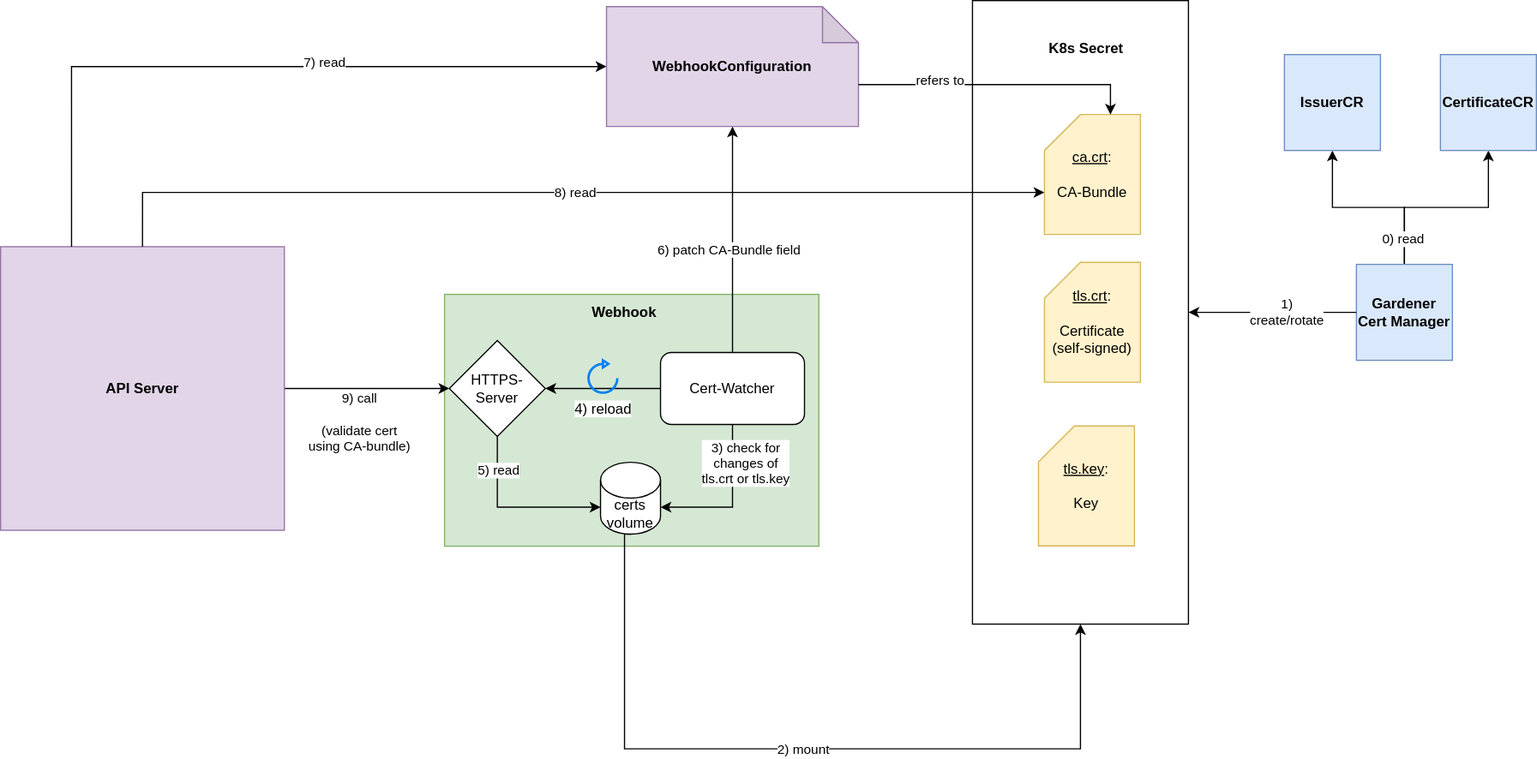
kyma-project/snatch keeps this draw.io diagram as docs/contributor/assets/architecture-webook.svg. Above is the earlier version. Source tidied: cells renumbered, new cells last; positions are measured from the earlier drawing's top-left corner, leaving out a move shared by most shapes.
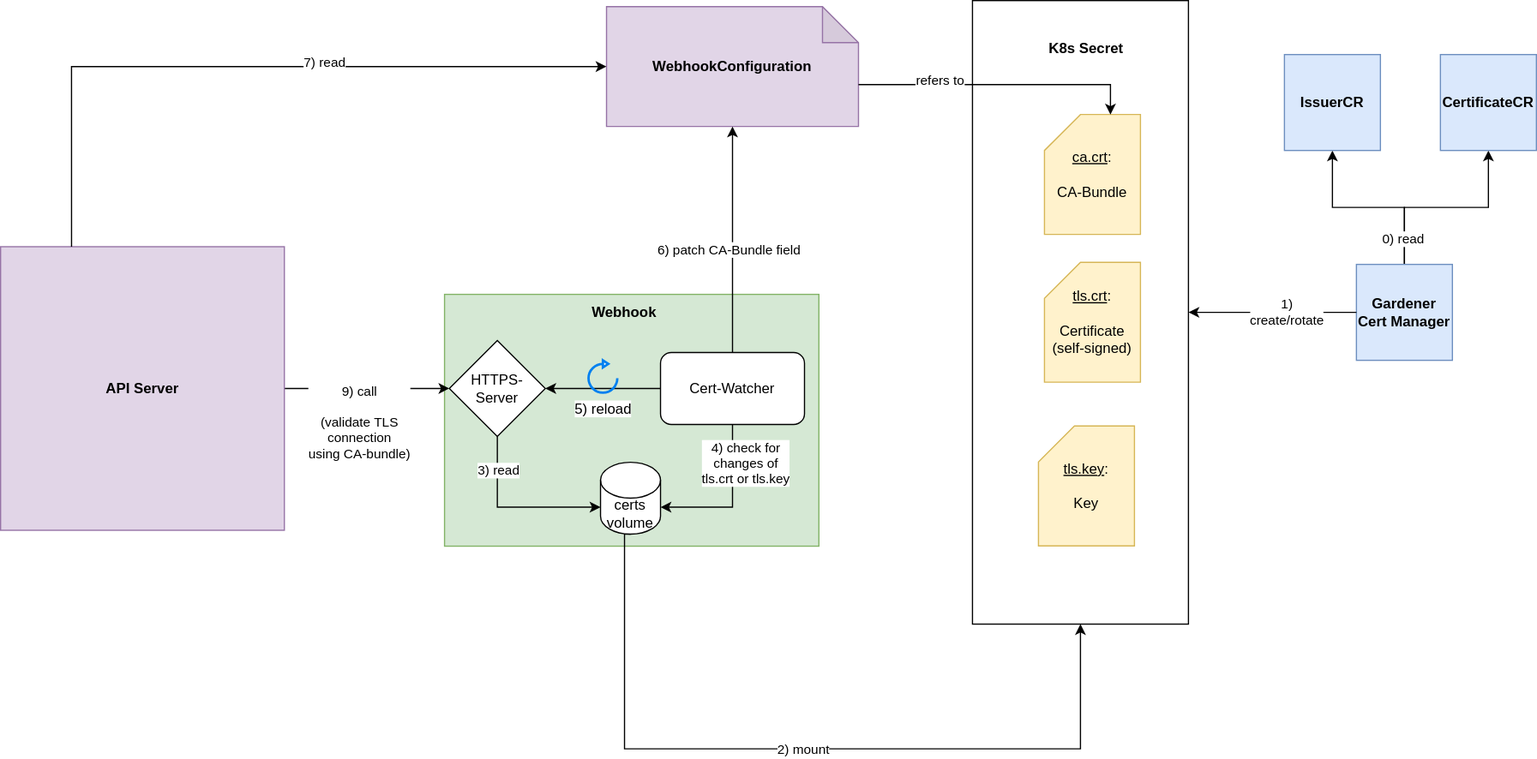
Later version of the same file.

Commit message:
Introduce feedback from TWs

Diff of the diagram source:
```diff
@@ -32,7 +32,7 @@
     <mxCell id="11" value="Webhook" style="text;html=1;align=center;verticalAlign=middle;whiteSpace=wrap;rounded=0;fontStyle=1;" parent="1" vertex="1">
       <mxGeometry x="490" y="245" width="60" height="30" as="geometry" />
     </mxCell>
-    <mxCell id="12" value="4) reload" style="html=1;verticalLabelPosition=bottom;align=center;labelBackgroundColor=#ffffff;verticalAlign=top;strokeWidth=2;strokeColor=#0080F0;shadow=0;dashed=0;shape=mxgraph.ios7.icons.reload;" parent="1" vertex="1">
+    <mxCell id="12" value="5) reload" style="html=1;verticalLabelPosition=bottom;align=center;labelBackgroundColor=#ffffff;verticalAlign=top;strokeWidth=2;strokeColor=#0080F0;shadow=0;dashed=0;shape=mxgraph.ios7.icons.reload;" parent="1" vertex="1">
       <mxGeometry x="490" y="300" width="24" height="27" as="geometry" />
     </mxCell>
     <mxCell id="13" value="HTTPS-Server" style="rhombus;whiteSpace=wrap;html=1;" parent="1" vertex="1">
@@ -41,7 +41,7 @@
     <mxCell id="14" style="edgeStyle=orthogonalEdgeStyle;rounded=0;jettySize=auto;html=1;exitX=0.5;exitY=1;exitDx=0;exitDy=0;entryX=1;entryY=0;entryDx=0;entryDy=37.5;entryPerimeter=0;" parent="1" edge="1" source="5" target="33">
       <mxGeometry relative="1" as="geometry" />
     </mxCell>
-    <mxCell id="15" value="3) check for&lt;div&gt;changes of&lt;/div&gt;&lt;div&gt;tls.crt or tls.key&lt;/div&gt;" style="edgeLabel;html=1;align=center;verticalAlign=middle;" parent="14" vertex="1">
+    <mxCell id="15" value="4) check for&lt;div&gt;changes of&lt;/div&gt;&lt;div&gt;tls.crt or tls.key&lt;/div&gt;" style="edgeLabel;html=1;align=center;verticalAlign=middle;" parent="14" vertex="1">
       <mxGeometry x="-0.23" y="5" relative="1" as="geometry">
         <mxPoint x="5" y="-18" as="offset" />
       </mxGeometry>
@@ -67,7 +67,7 @@
     <mxCell id="20" style="edgeStyle=orthogonalEdgeStyle;rounded=0;jettySize=auto;html=1;exitX=1;exitY=0.5;exitDx=0;exitDy=0;" parent="1" edge="1" source="22" target="13">
       <mxGeometry relative="1" as="geometry" />
     </mxCell>
-    <mxCell id="21" value="9) call&lt;div&gt;&lt;br&gt;&lt;div&gt;(validate cert&lt;/div&gt;&lt;div&gt;using CA-bundle)&lt;/div&gt;&lt;/div&gt;" style="edgeLabel;html=1;align=center;verticalAlign=middle;" parent="20" vertex="1">
+    <mxCell id="21" value="9) call&lt;div&gt;&lt;br&gt;&lt;div&gt;(validate TLS&lt;/div&gt;&lt;div&gt;connection&lt;/div&gt;&lt;div&gt;using CA-bundle)&lt;/div&gt;&lt;/div&gt;" style="edgeLabel;html=1;align=center;verticalAlign=middle;" parent="20" vertex="1">
       <mxGeometry x="0.04" y="8" relative="1" as="geometry">
         <mxPoint x="-10" y="36" as="offset" />
       </mxGeometry>
@@ -78,12 +78,6 @@
     <mxCell id="23" value="&lt;div&gt;&lt;u&gt;ca.crt&lt;/u&gt;:&lt;/div&gt;&lt;div&gt;&lt;br&gt;&lt;/div&gt;CA-Bundle" style="shape=card;whiteSpace=wrap;html=1;fillColor=#fff2cc;strokeColor=#d6b656;" parent="1" vertex="1">
       <mxGeometry x="870" y="95" width="80" height="100" as="geometry" />
     </mxCell>
-    <mxCell id="24" style="edgeStyle=orthogonalEdgeStyle;rounded=0;jettySize=auto;html=1;exitX=0.5;exitY=0;exitDx=0;exitDy=0;entryX=0;entryY=0;entryDx=0;entryDy=65;entryPerimeter=0;" parent="1" edge="1" source="22" target="23">
-      <mxGeometry relative="1" as="geometry" />
-    </mxCell>
-    <mxCell id="25" value="8) read" style="edgeLabel;html=1;align=center;verticalAlign=middle;" parent="24" vertex="1">
-      <mxGeometry x="0.02" y="1" relative="1" as="geometry" />
-    </mxCell>
     <mxCell id="26" value="K8s Secret" style="text;html=1;align=center;verticalAlign=middle;whiteSpace=wrap;rounded=0;fontStyle=1;" parent="1" vertex="1">
       <mxGeometry x="860" y="25" width="90" height="30" as="geometry" />
     </mxCell>
@@ -111,7 +105,7 @@
     <mxCell id="34" style="edgeStyle=orthogonalEdgeStyle;rounded=0;jettySize=auto;html=1;exitX=0.5;exitY=1;exitDx=0;exitDy=0;entryX=0;entryY=0;entryDx=0;entryDy=37.5;entryPerimeter=0;" parent="1" edge="1" source="13" target="33">
       <mxGeometry relative="1" as="geometry" />
     </mxCell>
-    <mxCell id="35" value="5) read" style="edgeLabel;html=1;align=center;verticalAlign=middle;" parent="34" vertex="1">
+    <mxCell id="35" value="3) read" style="edgeLabel;html=1;align=center;verticalAlign=middle;" parent="34" vertex="1">
       <mxGeometry x="-0.63" relative="1" as="geometry">
         <mxPoint y="1" as="offset" />
       </mxGeometry>
```
